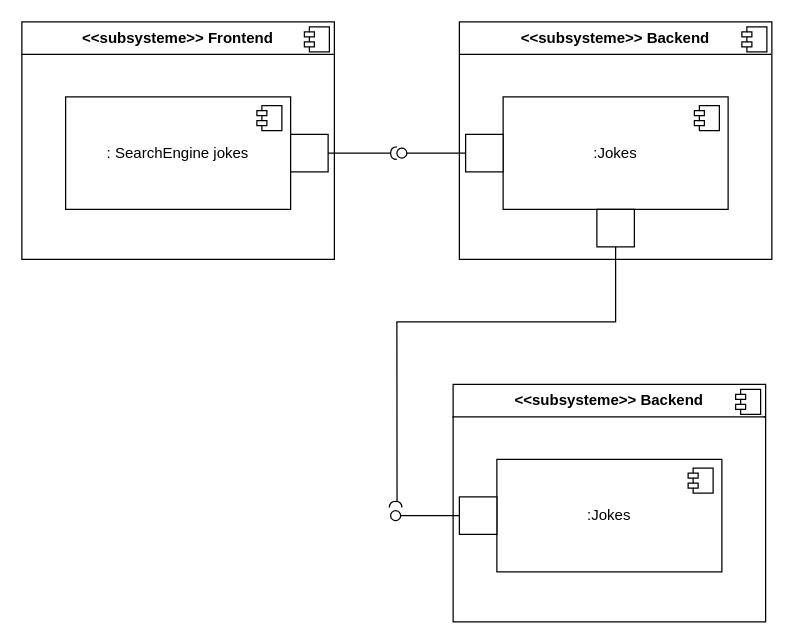
This is page "software" (2 of 2) of drawio/diagrams.drawio from filhype-organization/super-chuck-norris-doc, a draw.io file, before an edit. Source tidied: cells renumbered, new cells numbered last; positions are measured from the earlier drawing's top-left corner, leaving out a move shared by most shapes. Both pictures are drawn from the tidied source at 125%, with x=0, y=0 at pixel (21, 21).
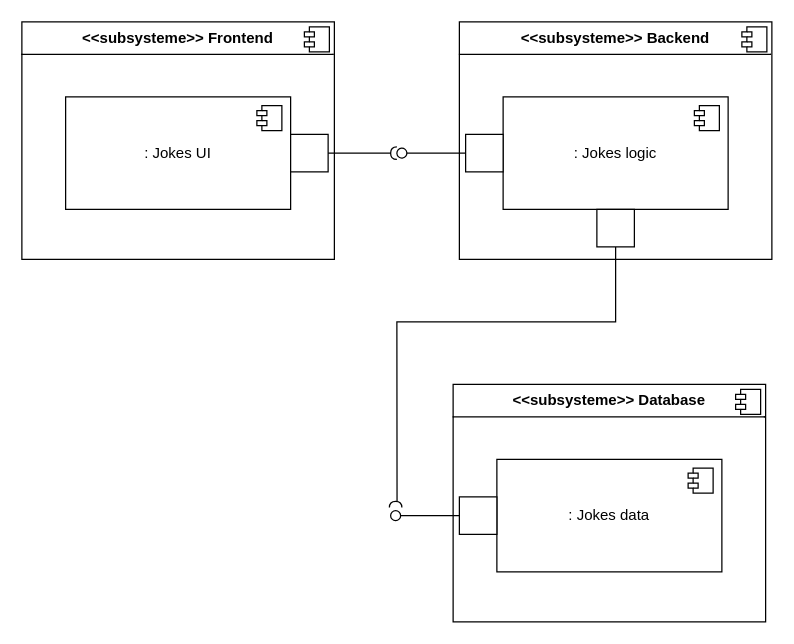
Above is the later version.

Diff of the diagram source:
```diff
@@
-    <mxCell id="4" value=":Jokes" style="html=1;whiteSpace=wrap;" parent="1" vertex="1">
+    <mxCell id="4" value=": Jokes logic" style="html=1;whiteSpace=wrap;" parent="1" vertex="1">
       <mxGeometry x="385" y="60" width="180" height="90" as="geometry" />
     </mxCell>
@@
-    <mxCell id="8" value=": SearchEngine jokes" style="html=1;whiteSpace=wrap;" parent="1" vertex="1">
+    <mxCell id="8" value=": Jokes UI" style="html=1;whiteSpace=wrap;" parent="1" vertex="1">
       <mxGeometry x="35" y="60" width="180" height="90" as="geometry" />
     </mxCell>
@@
-    <mxCell id="16" value="&lt;p style=&quot;margin:0px;margin-top:6px;text-align:center;&quot;&gt;&lt;b&gt;&amp;lt;&amp;lt;subsysteme&amp;gt;&amp;gt; Backend&lt;/b&gt;&lt;/p&gt;&lt;hr size=&quot;1&quot; style=&quot;border-style:solid;&quot;&gt;&lt;p style=&quot;margin:0px;margin-left:8px;&quot;&gt;&lt;br&gt;&lt;/p&gt;" style="align=left;overflow=fill;html=1;whiteSpace=wrap;" parent="1" vertex="1">
+    <mxCell id="16" value="&lt;p style=&quot;margin:0px;margin-top:6px;text-align:center;&quot;&gt;&lt;b&gt;&amp;lt;&amp;lt;subsysteme&amp;gt;&amp;gt; Database&lt;/b&gt;&lt;/p&gt;&lt;hr size=&quot;1&quot; style=&quot;border-style:solid;&quot;&gt;&lt;p style=&quot;margin:0px;margin-left:8px;&quot;&gt;&lt;br&gt;&lt;/p&gt;" style="align=left;overflow=fill;html=1;whiteSpace=wrap;" parent="1" vertex="1">
       <mxGeometry x="345" y="290" width="250" height="190" as="geometry" />
     </mxCell>
@@
-    <mxCell id="18" value=":Jokes" style="html=1;whiteSpace=wrap;" parent="1" vertex="1">
+    <mxCell id="18" value=": Jokes data" style="html=1;whiteSpace=wrap;" parent="1" vertex="1">
       <mxGeometry x="380" y="350" width="180" height="90" as="geometry" />
     </mxCell>
```
